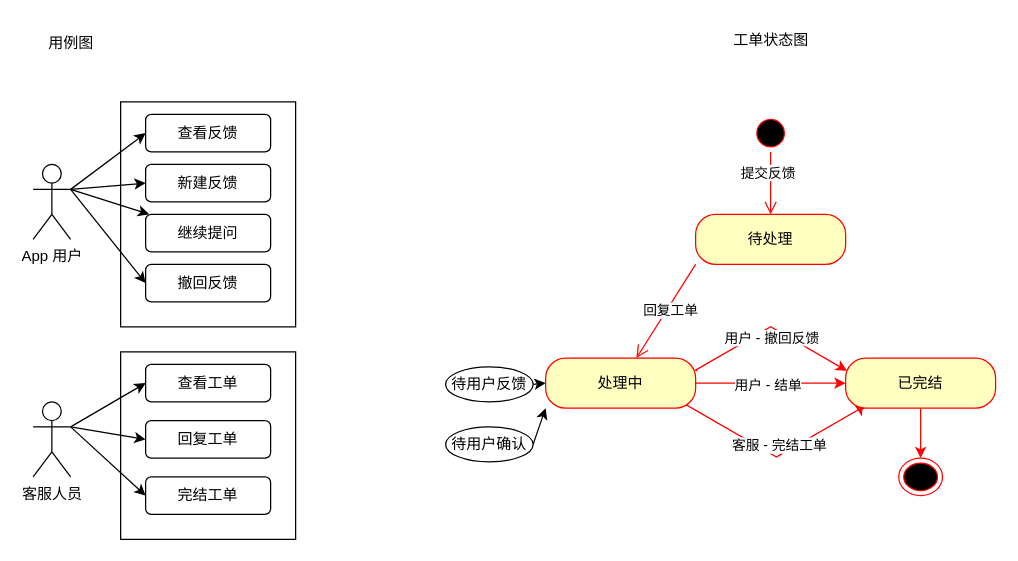
Before: Cube3.0.drawio in Sidamor/drawio, a draw.io diagram. Source tidied: cells renumbered, new cells numbered last; positions are measured from the earlier drawing's top-left corner, leaving out a move shared by most shapes. Both pictures are drawn from the tidied source at 125%, with x=0, y=0 at pixel (32, 21).
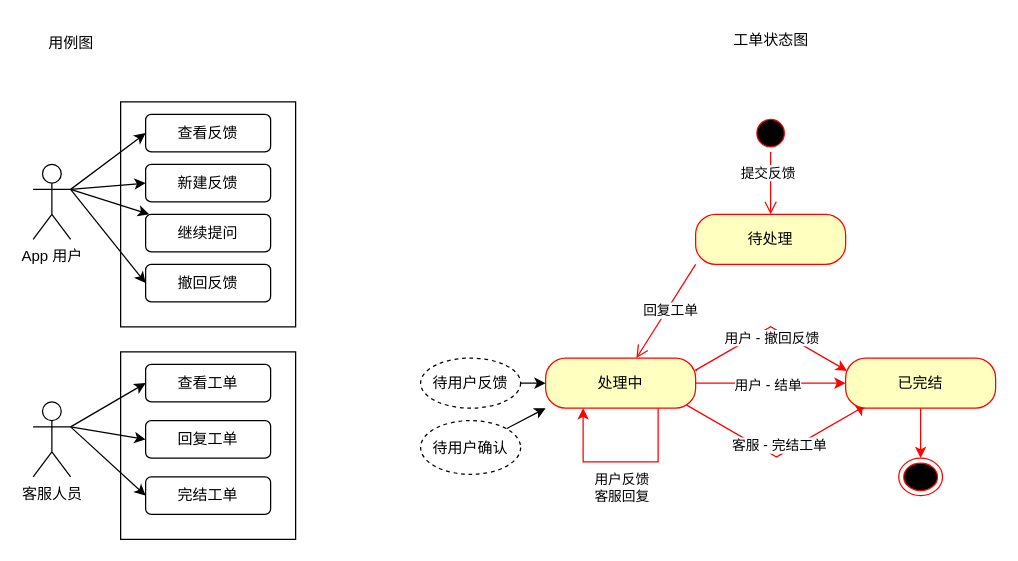
The same diagram, later.

The change refers to these unchanged cells:
```xml
<mxCell id="35" value="处理中" style="rounded=1;whiteSpace=wrap;html=1;arcSize=40;fontColor=#000000;fillColor=#ffffc0;strokeColor=#ff0000;" parent="1" vertex="1">
  <mxGeometry x="410" y="269" width="120" height="40" as="geometry" />
</mxCell>
```

What changed in the source:
```diff
@@
-    <mxCell id="38" style="rounded=0;jettySize=auto;html=1;exitX=1;exitY=0.5;exitDx=0;exitDy=0;entryX=0;entryY=1;entryDx=0;entryDy=0;" parent="1" edge="1" source="39" target="35">
+    <mxCell id="38" style="rounded=0;jettySize=auto;html=1;exitX=1;exitY=0;exitDx=0;exitDy=0;entryX=0;entryY=1;entryDx=0;entryDy=0;" parent="1" edge="1" source="39" target="35">
       <mxGeometry relative="1" as="geometry" />
     </mxCell>
-    <mxCell id="39" value="待用户确认" style="ellipse;whiteSpace=wrap;html=1;" parent="1" vertex="1">
-      <mxGeometry x="330" y="324" width="70" height="28" as="geometry" />
+    <mxCell id="39" value="待用户确认" style="ellipse;whiteSpace=wrap;html=1;dashed=1;" parent="1" vertex="1">
+      <mxGeometry x="310" y="319" width="80" height="43" as="geometry" />
     </mxCell>
@@
-    <mxCell id="41" value="待用户反馈" style="ellipse;whiteSpace=wrap;html=1;" parent="1" vertex="1">
-      <mxGeometry x="330" y="276" width="70" height="28" as="geometry" />
+    <mxCell id="41" value="待用户反馈" style="ellipse;whiteSpace=wrap;html=1;dashed=1;" parent="1" vertex="1">
+      <mxGeometry x="310" y="269" width="80" height="40" as="geometry" />
     </mxCell>
+    <mxCell id="42" style="edgeStyle=orthogonalEdgeStyle;rounded=0;orthogonalLoop=1;jettySize=auto;html=1;exitX=0.75;exitY=1;exitDx=0;exitDy=0;entryX=0.25;entryY=1;entryDx=0;entryDy=0;strokeColor=#FF0000;" parent="1" edge="1" source="35" target="35">
+      <mxGeometry relative="1" as="geometry">
+        <Array as="points">
+          <mxPoint x="500" y="352" />
+          <mxPoint x="440" y="352" />
+        </Array>
+      </mxGeometry>
+    </mxCell>
+    <mxCell id="43" value="用户反馈&lt;div&gt;客服回复&lt;/div&gt;" style="edgeLabel;html=1;align=center;verticalAlign=middle;" parent="42" vertex="1">
+      <mxGeometry x="-0.2" relative="1" as="geometry">
+        <mxPoint x="-15" y="20" as="offset" />
+      </mxGeometry>
+    </mxCell>
```
